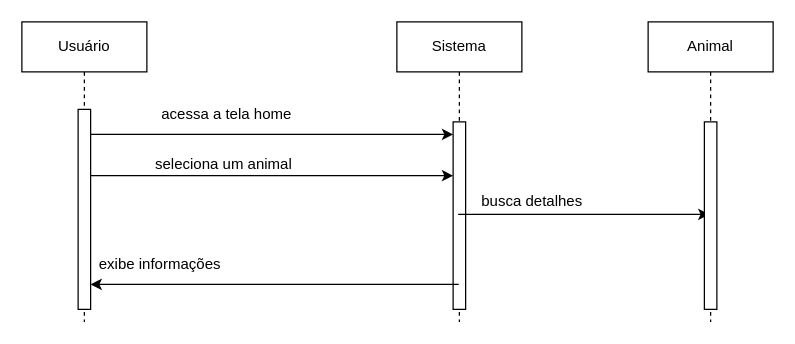
Earlier version of the draw.io diagram Diagrama de Sequência(RF005).drawio (JoaoGans/DRAW.tcc). Source tidied: cells renumbered, new cells numbered last; positions are measured from the earlier drawing's top-left corner, leaving out a move shared by most shapes. Both pictures are drawn from the tidied source at 125%, with x=0, y=0 at pixel (21, 21).
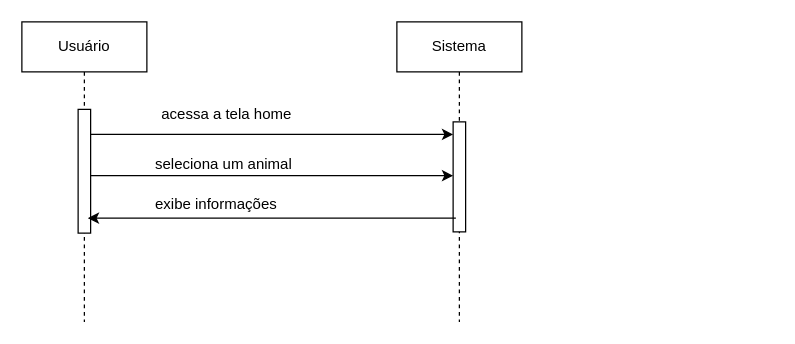
The same diagram, later.

The edit, as a diff of the source:
```diff
@@
 <mxGraphModel>
   <root>
     <mxCell id="0" />
     <mxCell id="1" parent="0" />
     <mxCell id="2" value="Usuário" style="shape=umlLifeline;perimeter=lifelinePerimeter;whiteSpace=wrap;html=1;newEdgeStyle={&quot;edgeStyle&quot;:&quot;elbowEdgeStyle&quot;,&quot;elbow&quot;:&quot;vertical&quot;,&quot;curved&quot;:0,&quot;rounded&quot;:0};" parent="1" vertex="1">
       <mxGeometry width="100" height="240" as="geometry" />
     </mxCell>
     <mxCell id="3" style="html=1;perimeter=orthogonalPerimeter;targetShapes=umlLifeline;newEdgeStyle={&quot;edgeStyle&quot;:&quot;elbowEdgeStyle&quot;,&quot;elbow&quot;:&quot;vertical&quot;,&quot;curved&quot;:0,&quot;rounded&quot;:0};" parent="2" vertex="1">
-      <mxGeometry x="45" y="70" width="10" height="160" as="geometry" />
+      <mxGeometry x="45" y="70" width="10" height="99" as="geometry" />
     </mxCell>
     <mxCell id="4" value="Sistema" style="shape=umlLifeline;perimeter=lifelinePerimeter;whiteSpace=wrap;html=1;outlineConnect=0;portConstraint=eastwest;newEdgeStyle={&quot;edgeStyle&quot;:&quot;elbowEdgeStyle&quot;,&quot;elbow&quot;:&quot;vertical&quot;,&quot;curved&quot;:0,&quot;rounded&quot;:0};" parent="1" vertex="1">
       <mxGeometry x="300" width="100" height="240" as="geometry" />
     </mxCell>
     <mxCell id="5" style="html=1;points=[];perimeter=orthogonalPerimeter;outlineConnect=0;targetShapes=umlLifeline;portConstraint=eastwest;newEdgeStyle={&quot;edgeStyle&quot;:&quot;elbowEdgeStyle&quot;,&quot;elbow&quot;:&quot;vertical&quot;,&quot;curved&quot;:0,&quot;rounded&quot;:0};" parent="4" vertex="1">
-      <mxGeometry x="45" y="80" width="10" height="150" as="geometry" />
+      <mxGeometry x="45" y="80" width="10" height="88" as="geometry" />
     </mxCell>
     <mxCell id="6" style="endArrow=classic;html=1;rounded=0;" parent="1" edge="1" target="5">
       <mxGeometry relative="1" as="geometry">
         <mxPoint x="55" y="90" as="sourcePoint" />
       </mxGeometry>
     </mxCell>
     <mxCell id="7" value=" acessa a tela home" style="text;whiteSpace=wrap;html=1;" parent="1" vertex="1">
       <mxGeometry x="110" y="60" width="180" height="40" as="geometry" />
     </mxCell>
-    <mxCell id="8" style="endArrow=classic;html=1;rounded=0;" parent="1" edge="1">
-      <mxGeometry relative="1" as="geometry">
-        <mxPoint x="349" y="154" as="sourcePoint" />
-        <mxPoint x="550" y="154" as="targetPoint" />
-      </mxGeometry>
-    </mxCell>
-    <mxCell id="9" style="endArrow=classic;html=1;rounded=0;" parent="1" edge="1" source="4">
+    <mxCell id="9" style="endArrow=classic;html=1;rounded=0;" parent="1" edge="1">
       <mxGeometry relative="1" as="geometry">
-        <mxPoint x="55" y="210" as="targetPoint" />
+        <mxPoint x="347.2" y="157" as="sourcePoint" />
+        <mxPoint x="52.8" y="157" as="targetPoint" />
       </mxGeometry>
     </mxCell>
     <mxCell id="10" value="seleciona um animal" style="text;whiteSpace=wrap;html=1;" parent="1" vertex="1">
       <mxGeometry x="105" y="100" width="190" height="40" as="geometry" />
     </mxCell>
     <mxCell id="11" value="exibe informações" style="text;whiteSpace=wrap;html=1;" parent="1" vertex="1">
-      <mxGeometry x="60" y="180" width="310" height="40" as="geometry" />
+      <mxGeometry x="105" y="132" width="310" height="40" as="geometry" />
     </mxCell>
-    <mxCell id="12" value="Animal" style="shape=umlLifeline;perimeter=lifelinePerimeter;whiteSpace=wrap;html=1;newEdgeStyle={&quot;edgeStyle&quot;:&quot;elbowEdgeStyle&quot;,&quot;elbow&quot;:&quot;vertical&quot;,&quot;curved&quot;:0,&quot;rounded&quot;:0};" parent="1" vertex="1">
-      <mxGeometry x="501" width="100" height="240" as="geometry" />
-    </mxCell>
-    <mxCell id="13" style="html=1;perimeter=orthogonalPerimeter;targetShapes=umlLifeline;newEdgeStyle={&quot;edgeStyle&quot;:&quot;elbowEdgeStyle&quot;,&quot;elbow&quot;:&quot;vertical&quot;,&quot;curved&quot;:0,&quot;rounded&quot;:0};" parent="12" vertex="1">
-      <mxGeometry x="45" y="80" width="10" height="150" as="geometry" />
-    </mxCell>
     <mxCell id="14" style="endArrow=classic;html=1;rounded=0;" parent="1" edge="1">
       <mxGeometry relative="1" as="geometry">
         <mxPoint x="55" y="123" as="sourcePoint" />
         <mxPoint x="345" y="123" as="targetPoint" />
       </mxGeometry>
     </mxCell>
-    <mxCell id="15" value="busca detalhes" style="text;whiteSpace=wrap;" parent="1" vertex="1">
-      <mxGeometry x="366" y="130" width="109" height="36" as="geometry" />
-    </mxCell>
   </root>
 </mxGraphModel>
```
